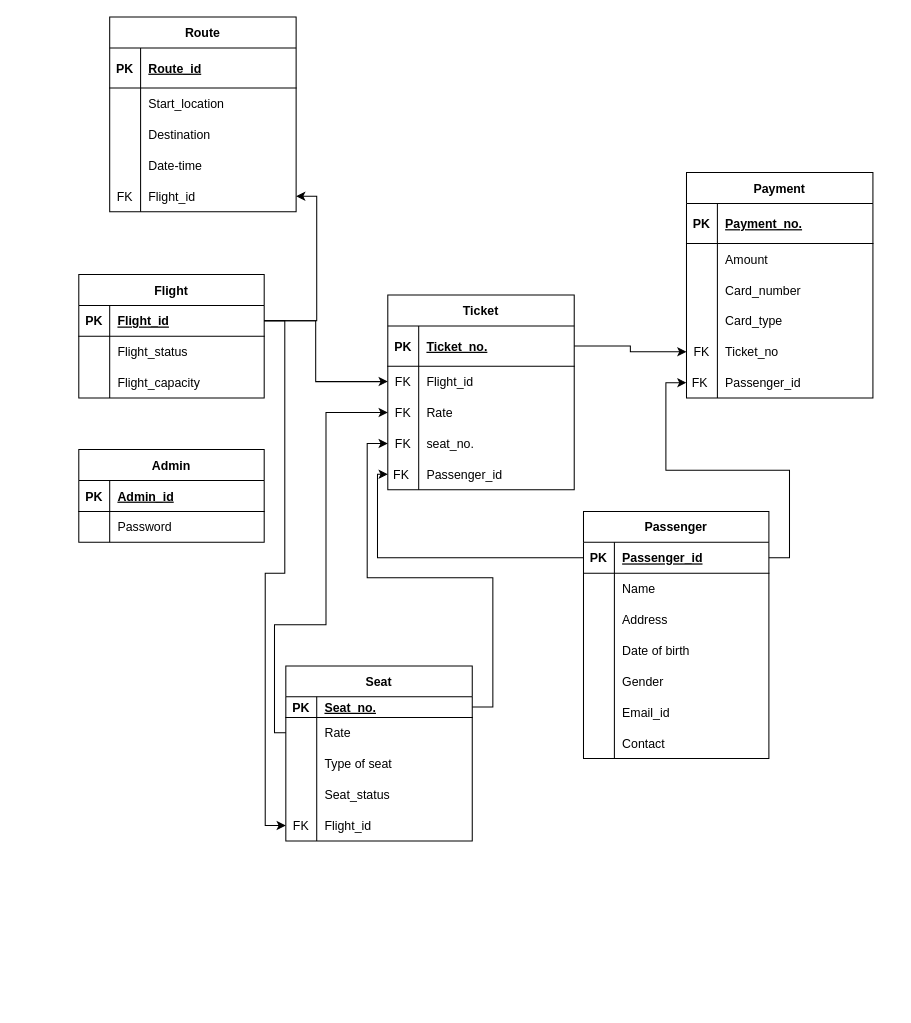
This is Diagrams/Relational-Schema.drawio from sh7vashrestha/AirlineManagementSystem, a draw.io file, before an edit. Source tidied: cells renumbered, new cells numbered last; positions are measured from the earlier drawing's top-left corner, leaving out a move shared by most shapes. Both pictures are drawn from the tidied source at 103%, with x=0, y=0 at pixel (78, 16).
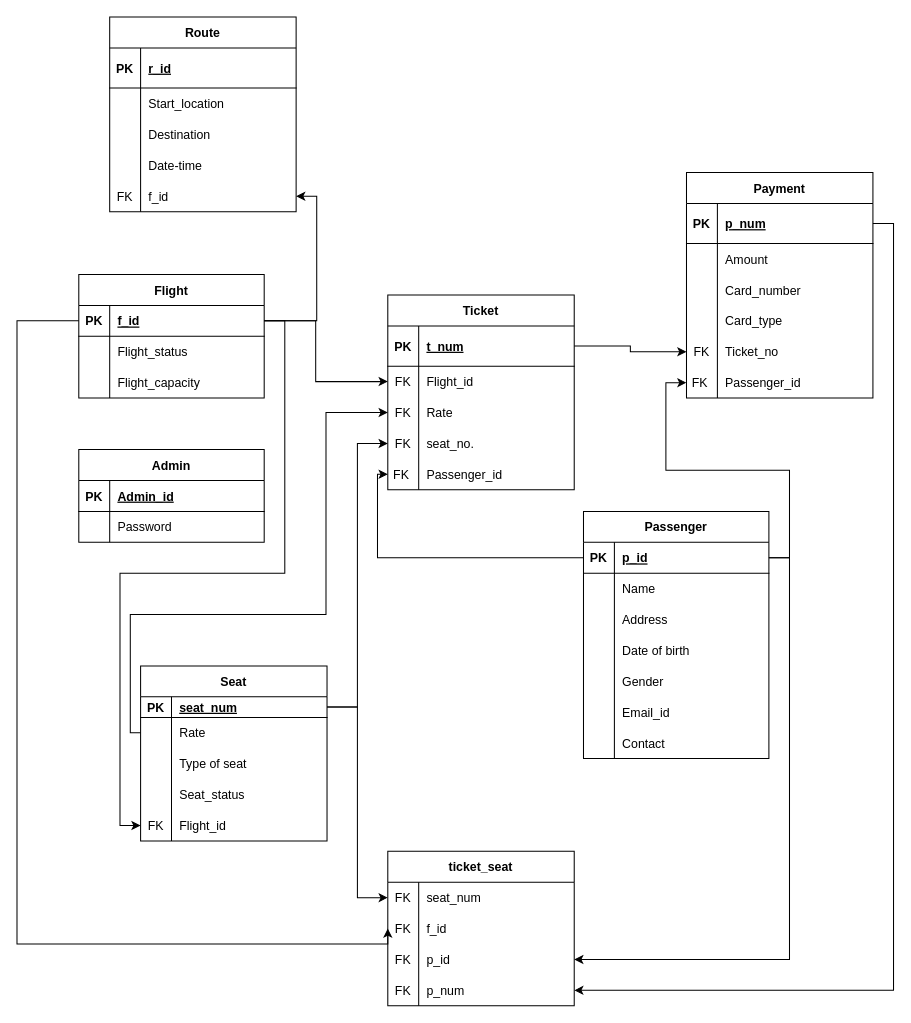
Above is the later version.

Unchanged cells that the change refers to:
```xml
<mxCell id="3" style="shape=tableRow;horizontal=0;startSize=0;swimlaneHead=0;swimlaneBody=0;fillColor=none;points=[[0,0.5],[1,0.5]];portConstraint=eastwest;top=0;left=0;right=0;bottom=1;" parent="2" vertex="1">
  <mxGeometry y="30" width="180" height="30" as="geometry" />
</mxCell>
<mxCell id="25" style="shape=tableRow;horizontal=0;startSize=0;swimlaneHead=0;swimlaneBody=0;fillColor=none;points=[[0,0.5],[1,0.5]];portConstraint=eastwest;top=0;left=0;right=0;bottom=1;" parent="24" vertex="1">
  <mxGeometry y="30" width="180" height="30" as="geometry" />
</mxCell>
<mxCell id="35" style="shape=tableRow;horizontal=0;startSize=0;swimlaneHead=0;swimlaneBody=0;fillColor=none;points=[[0,0.5],[1,0.5]];portConstraint=eastwest;top=0;left=0;right=0;bottom=1;" parent="34" vertex="1">
  <mxGeometry y="30" width="181" height="39" as="geometry" />
</mxCell>
<mxCell id="41" style="shape=tableRow;horizontal=0;startSize=0;swimlaneHead=0;swimlaneBody=0;fillColor=none;points=[[0,0.5],[1,0.5]];portConstraint=eastwest;top=0;left=0;right=0;bottom=0;" parent="34" vertex="1">
  <mxGeometry y="99" width="181" height="30" as="geometry" />
</mxCell>
<mxCell id="51" style="shape=tableRow;horizontal=0;startSize=0;swimlaneHead=0;swimlaneBody=0;fillColor=none;points=[[0,0.5],[1,0.5]];portConstraint=eastwest;top=0;left=0;right=0;bottom=1;" parent="50" vertex="1">
  <mxGeometry y="30" width="181" height="20" as="geometry" />
</mxCell>
<mxCell id="54" style="shape=tableRow;horizontal=0;startSize=0;swimlaneHead=0;swimlaneBody=0;fillColor=none;points=[[0,0.5],[1,0.5]];portConstraint=eastwest;top=0;left=0;right=0;bottom=0;" parent="50" vertex="1">
  <mxGeometry y="50" width="181" height="30" as="geometry" />
</mxCell>
<mxCell id="67" style="shape=tableRow;horizontal=0;startSize=0;swimlaneHead=0;swimlaneBody=0;fillColor=none;top=0;left=0;right=0;bottom=1;" parent="66" vertex="1">
  <mxGeometry y="30" width="181" height="39" as="geometry" />
</mxCell>
<mxCell id="79" style="shape=tableRow;horizontal=0;startSize=0;swimlaneHead=0;swimlaneBody=0;fillColor=none;points=[[0,0.5],[1,0.5]];portConstraint=eastwest;top=0;left=0;right=0;bottom=0;" parent="66" vertex="1">
  <mxGeometry y="159" width="181" height="30" as="geometry" />
</mxCell>
<mxCell id="83" style="shape=tableRow;horizontal=0;startSize=0;swimlaneHead=0;swimlaneBody=0;fillColor=none;points=[[0,0.5],[1,0.5]];portConstraint=eastwest;top=0;left=0;right=0;bottom=1;" parent="82" vertex="1">
  <mxGeometry y="30" width="181" height="39" as="geometry" />
</mxCell>
```

What changed in the source:
```diff
@@
-    <mxCell id="5" value="Passenger_id" style="shape=partialRectangle;fillColor=none;top=0;left=0;bottom=0;right=0;align=left;spacingLeft=6;fontStyle=5;overflow=hidden;" parent="3" vertex="1">
+    <mxCell id="5" value="p_id" style="shape=partialRectangle;fillColor=none;top=0;left=0;bottom=0;right=0;align=left;spacingLeft=6;fontStyle=5;overflow=hidden;" parent="3" vertex="1">
       <mxGeometry x="30" width="150" height="30" as="geometry" />
     </mxCell>
@@
-    <mxCell id="27" value="Flight_id" style="shape=partialRectangle;fillColor=none;top=0;left=0;bottom=0;right=0;align=left;spacingLeft=6;fontStyle=5;overflow=hidden;" parent="25" vertex="1">
+    <mxCell id="27" value="f_id" style="shape=partialRectangle;fillColor=none;top=0;left=0;bottom=0;right=0;align=left;spacingLeft=6;fontStyle=5;overflow=hidden;" parent="25" vertex="1">
       <mxGeometry x="30" width="150" height="30" as="geometry" />
     </mxCell>
@@
-    <mxCell id="37" value="Ticket_no." style="shape=partialRectangle;fillColor=none;top=0;left=0;bottom=0;right=0;align=left;spacingLeft=6;fontStyle=5;overflow=hidden;" parent="35" vertex="1">
+    <mxCell id="37" value="t_num" style="shape=partialRectangle;fillColor=none;top=0;left=0;bottom=0;right=0;align=left;spacingLeft=6;fontStyle=5;overflow=hidden;" parent="35" vertex="1">
       <mxGeometry x="30" width="151" height="39" as="geometry" />
     </mxCell>
@@
     <mxCell id="50" value="Seat" style="shape=table;startSize=30;childLayout=tableLayout;rowLines=0;fontStyle=1;align=center;" parent="1" vertex="1">
-      <mxGeometry x="201" y="630" width="181" height="170" as="geometry" />
+      <mxGeometry x="60" y="630" width="181" height="170" as="geometry" />
     </mxCell>
@@
-    <mxCell id="53" value="Seat_no." style="shape=partialRectangle;fillColor=none;top=0;left=0;bottom=0;right=0;align=left;spacingLeft=6;fontStyle=5;overflow=hidden;" parent="51" vertex="1">
+    <mxCell id="53" value="seat_num" style="shape=partialRectangle;fillColor=none;top=0;left=0;bottom=0;right=0;align=left;spacingLeft=6;fontStyle=5;overflow=hidden;" parent="51" vertex="1">
       <mxGeometry x="30" width="151" height="20" as="geometry" />
     </mxCell>
@@
-    <mxCell id="69" value="Route_id" style="shape=partialRectangle;fillColor=none;top=0;left=0;bottom=0;right=0;align=left;spacingLeft=6;fontStyle=5;overflow=hidden;" parent="67" vertex="1">
+    <mxCell id="69" value="r_id" style="shape=partialRectangle;fillColor=none;top=0;left=0;bottom=0;right=0;align=left;spacingLeft=6;fontStyle=5;overflow=hidden;" parent="67" vertex="1">
       <mxGeometry x="30" width="151" height="39" as="geometry" />
     </mxCell>
@@
-    <mxCell id="81" value="Flight_id" style="shape=partialRectangle;fillColor=none;top=0;left=0;bottom=0;right=0;align=left;spacingLeft=6;overflow=hidden;" parent="79" vertex="1">
+    <mxCell id="81" value="f_id" style="shape=partialRectangle;fillColor=none;top=0;left=0;bottom=0;right=0;align=left;spacingLeft=6;overflow=hidden;" parent="79" vertex="1">
       <mxGeometry x="30" width="151" height="30" as="geometry" />
     </mxCell>
@@
-    <mxCell id="85" value="Payment_no." style="shape=partialRectangle;fillColor=none;top=0;left=0;bottom=0;right=0;align=left;spacingLeft=6;fontStyle=5;overflow=hidden;" parent="83" vertex="1">
+    <mxCell id="85" value="p_num" style="shape=partialRectangle;fillColor=none;top=0;left=0;bottom=0;right=0;align=left;spacingLeft=6;fontStyle=5;overflow=hidden;" parent="83" vertex="1">
       <mxGeometry x="30" width="151" height="39" as="geometry" />
     </mxCell>
@@
     <mxCell id="115" style="edgeStyle=orthogonalEdgeStyle;rounded=0;jettySize=auto;html=1;exitX=0;exitY=0.5;exitDx=0;exitDy=0;entryX=0;entryY=0.5;entryDx=0;entryDy=0;" parent="1" edge="1" source="54" target="41">
       <mxGeometry relative="1" as="geometry">
         <Array as="points">
-          <mxPoint x="190" y="695" />
-          <mxPoint x="190" y="590" />
-          <mxPoint x="240" y="590" />
+          <mxPoint x="50" y="695" />
+          <mxPoint x="50" y="580" />
+          <mxPoint x="240" y="580" />
           <mxPoint x="240" y="384" />
         </Array>
       </mxGeometry>
     </mxCell>
+    <mxCell id="116" value="ticket_seat" style="shape=table;startSize=30;childLayout=tableLayout;rowLines=0;fontStyle=1;align=center;" parent="1" vertex="1">
+      <mxGeometry x="300" y="810" width="181" height="150" as="geometry" />
+    </mxCell>
+    <mxCell id="117" style="shape=tableRow;horizontal=0;startSize=0;swimlaneHead=0;swimlaneBody=0;fillColor=none;points=[[0,0.5],[1,0.5]];portConstraint=eastwest;top=0;left=0;right=0;bottom=0;" parent="116" vertex="1">
+      <mxGeometry y="30" width="181" height="30" as="geometry" />
+    </mxCell>
+    <mxCell id="118" value="FK" style="shape=partialRectangle;fillColor=none;top=0;left=0;bottom=0;right=0;overflow=hidden;" parent="117" vertex="1">
+      <mxGeometry width="30" height="30" as="geometry" />
+    </mxCell>
+    <mxCell id="119" value="seat_num" style="shape=partialRectangle;fillColor=none;top=0;left=0;bottom=0;right=0;align=left;spacingLeft=6;overflow=hidden;" parent="117" vertex="1">
+      <mxGeometry x="30" width="151" height="30" as="geometry" />
+    </mxCell>
+    <mxCell id="120" style="shape=tableRow;horizontal=0;startSize=0;swimlaneHead=0;swimlaneBody=0;fillColor=none;points=[[0,0.5],[1,0.5]];portConstraint=eastwest;top=0;left=0;right=0;bottom=0;" parent="116" vertex="1">
+      <mxGeometry y="60" width="181" height="30" as="geometry" />
+    </mxCell>
+    <mxCell id="121" value="FK" style="shape=partialRectangle;fillColor=none;top=0;left=0;bottom=0;right=0;overflow=hidden;" parent="120" vertex="1">
+      <mxGeometry width="30" height="30" as="geometry" />
+    </mxCell>
+    <mxCell id="122" value="f_id" style="shape=partialRectangle;fillColor=none;top=0;left=0;bottom=0;right=0;align=left;spacingLeft=6;overflow=hidden;" parent="120" vertex="1">
+      <mxGeometry x="30" width="151" height="30" as="geometry" />
+    </mxCell>
+    <mxCell id="123" style="shape=tableRow;horizontal=0;startSize=0;swimlaneHead=0;swimlaneBody=0;fillColor=none;points=[[0,0.5],[1,0.5]];portConstraint=eastwest;top=0;left=0;right=0;bottom=0;" parent="116" vertex="1">
+      <mxGeometry y="90" width="181" height="30" as="geometry" />
+    </mxCell>
+    <mxCell id="124" value="FK" style="shape=partialRectangle;fillColor=none;top=0;left=0;bottom=0;right=0;overflow=hidden;" parent="123" vertex="1">
+      <mxGeometry width="30" height="30" as="geometry" />
+    </mxCell>
+    <mxCell id="125" value="p_id" style="shape=partialRectangle;fillColor=none;top=0;left=0;bottom=0;right=0;align=left;spacingLeft=6;overflow=hidden;" parent="123" vertex="1">
+      <mxGeometry x="30" width="151" height="30" as="geometry" />
+    </mxCell>
+    <mxCell id="126" style="shape=tableRow;horizontal=0;startSize=0;swimlaneHead=0;swimlaneBody=0;fillColor=none;points=[[0,0.5],[1,0.5]];portConstraint=eastwest;top=0;left=0;right=0;bottom=0;" parent="116" vertex="1">
+      <mxGeometry y="120" width="181" height="30" as="geometry" />
+    </mxCell>
+    <mxCell id="127" value="FK" style="shape=partialRectangle;fillColor=none;top=0;left=0;bottom=0;right=0;overflow=hidden;" parent="126" vertex="1">
+      <mxGeometry width="30" height="30" as="geometry" />
+    </mxCell>
+    <mxCell id="128" value="p_num" style="shape=partialRectangle;fillColor=none;top=0;left=0;bottom=0;right=0;align=left;spacingLeft=6;overflow=hidden;" parent="126" vertex="1">
+      <mxGeometry x="30" width="151" height="30" as="geometry" />
+    </mxCell>
+    <mxCell id="129" style="edgeStyle=orthogonalEdgeStyle;rounded=0;jettySize=auto;html=1;exitX=1;exitY=0.5;exitDx=0;exitDy=0;" parent="1" edge="1" source="3" target="123">
+      <mxGeometry relative="1" as="geometry" />
+    </mxCell>
+    <mxCell id="130" style="edgeStyle=orthogonalEdgeStyle;rounded=0;jettySize=auto;html=1;entryX=0;entryY=0.5;entryDx=0;entryDy=0;" parent="1" edge="1" source="25" target="120">
+      <mxGeometry relative="1" as="geometry">
+        <Array as="points">
+          <mxPoint x="-60" y="295" />
+          <mxPoint x="-60" y="900" />
+          <mxPoint x="300" y="900" />
+        </Array>
+      </mxGeometry>
+    </mxCell>
+    <mxCell id="131" style="edgeStyle=orthogonalEdgeStyle;rounded=0;jettySize=auto;html=1;exitX=1;exitY=0.5;exitDx=0;exitDy=0;entryX=0;entryY=0.5;entryDx=0;entryDy=0;" parent="1" edge="1" source="51" target="117">
+      <mxGeometry relative="1" as="geometry" />
+    </mxCell>
+    <mxCell id="132" style="edgeStyle=orthogonalEdgeStyle;rounded=0;jettySize=auto;html=1;exitX=1;exitY=0.5;exitDx=0;exitDy=0;entryX=1;entryY=0.5;entryDx=0;entryDy=0;" parent="1" edge="1" source="83" target="126">
+      <mxGeometry relative="1" as="geometry" />
+    </mxCell>
```
